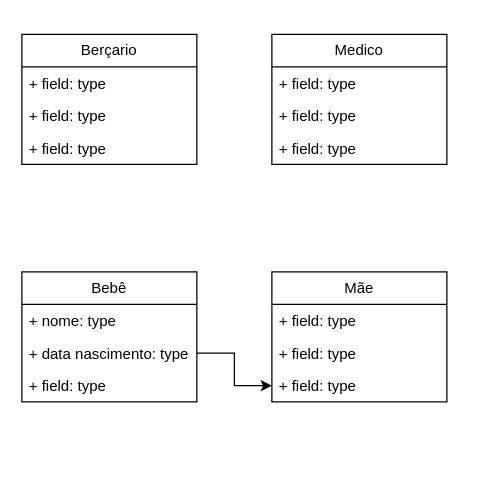
Earlier version of the draw.io diagram Diagrama sem nome.drawio (cleyvv/bercario). Source tidied: cells renumbered, new cells numbered last; positions are measured from the earlier drawing's top-left corner, leaving out a move shared by most shapes. Both pictures are drawn from the tidied source at 125%, with x=0, y=0 at pixel (21, 34).
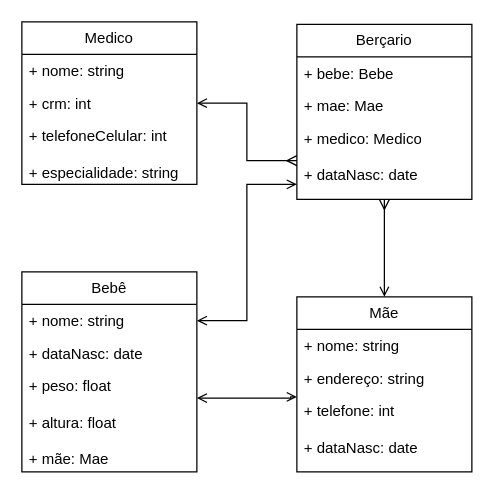
After the change.

The edit, as a diff of the source:
```diff
@@
     <mxCell id="2" value="Bebê" style="swimlane;fontStyle=0;horizontal=1;startSize=26;fillColor=none;whiteSpace=wrap;html=1;" parent="1" vertex="1">
-      <mxGeometry y="190" width="140" height="104" as="geometry" />
+      <mxGeometry y="190" width="140" height="160" as="geometry" />
     </mxCell>
-    <mxCell id="3" value="+ nome: type" style="text;strokeColor=none;fillColor=none;align=left;verticalAlign=top;spacingLeft=4;spacingRight=4;overflow=hidden;points=[[0,0.5],[1,0.5]];portConstraint=eastwest;whiteSpace=wrap;html=1;" parent="2" vertex="1">
+    <mxCell id="3" value="+ nome: string" style="text;strokeColor=none;fillColor=none;align=left;verticalAlign=top;spacingLeft=4;spacingRight=4;overflow=hidden;points=[[0,0.5],[1,0.5]];portConstraint=eastwest;whiteSpace=wrap;html=1;" parent="2" vertex="1">
       <mxGeometry y="26" width="140" height="26" as="geometry" />
     </mxCell>
-    <mxCell id="4" value="+ data nascimento: type" style="text;strokeColor=none;fillColor=none;align=left;verticalAlign=top;spacingLeft=4;spacingRight=4;overflow=hidden;points=[[0,0.5],[1,0.5]];portConstraint=eastwest;whiteSpace=wrap;html=1;" parent="2" vertex="1">
+    <mxCell id="4" value="+ dataNasc: date" style="text;strokeColor=none;fillColor=none;align=left;verticalAlign=top;spacingLeft=4;spacingRight=4;overflow=hidden;points=[[0,0.5],[1,0.5]];portConstraint=eastwest;whiteSpace=wrap;html=1;" parent="2" vertex="1">
       <mxGeometry y="52" width="140" height="26" as="geometry" />
     </mxCell>
-    <mxCell id="5" value="+ field: type" style="text;strokeColor=none;fillColor=none;align=left;verticalAlign=top;spacingLeft=4;spacingRight=4;overflow=hidden;points=[[0,0.5],[1,0.5]];portConstraint=eastwest;whiteSpace=wrap;html=1;" parent="2" vertex="1">
-      <mxGeometry y="78" width="140" height="26" as="geometry" />
+    <mxCell id="5" value="+ peso: float&lt;br&gt;&lt;br&gt;+ altura: float&lt;br&gt;&lt;br&gt;+ mãe: Mae" style="text;strokeColor=none;fillColor=none;align=left;verticalAlign=top;spacingLeft=4;spacingRight=4;overflow=hidden;points=[[0,0.5],[1,0.5]];portConstraint=eastwest;whiteSpace=wrap;html=1;" parent="2" vertex="1">
+      <mxGeometry y="78" width="140" height="82" as="geometry" />
     </mxCell>
     <mxCell id="6" value="Medico" style="swimlane;fontStyle=0;horizontal=1;startSize=26;fillColor=none;whiteSpace=wrap;html=1;" parent="1" vertex="1">
-      <mxGeometry x="200" width="140" height="104" as="geometry" />
+      <mxGeometry y="-10" width="140" height="130" as="geometry" />
     </mxCell>
-    <mxCell id="7" value="+ field: type" style="text;strokeColor=none;fillColor=none;align=left;verticalAlign=top;spacingLeft=4;spacingRight=4;overflow=hidden;whiteSpace=wrap;html=1;" parent="6" vertex="1">
+    <mxCell id="7" value="+ nome: string" style="text;strokeColor=none;fillColor=none;align=left;verticalAlign=top;spacingLeft=4;spacingRight=4;overflow=hidden;whiteSpace=wrap;html=1;" parent="6" vertex="1">
       <mxGeometry y="26" width="140" height="26" as="geometry" />
     </mxCell>
-    <mxCell id="8" value="+ field: type" style="text;strokeColor=none;fillColor=none;align=left;verticalAlign=top;spacingLeft=4;spacingRight=4;overflow=hidden;points=[[0,0.5],[1,0.5]];portConstraint=eastwest;whiteSpace=wrap;html=1;" parent="6" vertex="1">
+    <mxCell id="8" value="+ crm: int" style="text;strokeColor=none;fillColor=none;align=left;verticalAlign=top;spacingLeft=4;spacingRight=4;overflow=hidden;points=[[0,0.5],[1,0.5]];portConstraint=eastwest;whiteSpace=wrap;html=1;" parent="6" vertex="1">
       <mxGeometry y="52" width="140" height="26" as="geometry" />
     </mxCell>
-    <mxCell id="9" value="+ field: type" style="text;strokeColor=none;fillColor=none;align=left;verticalAlign=top;spacingLeft=4;spacingRight=4;overflow=hidden;whiteSpace=wrap;html=1;" parent="6" vertex="1">
-      <mxGeometry y="78" width="140" height="26" as="geometry" />
+    <mxCell id="9" value="+ telefoneCelular: int&lt;br&gt;&lt;br&gt;+ especialidade: string" style="text;strokeColor=none;fillColor=none;align=left;verticalAlign=top;spacingLeft=4;spacingRight=4;overflow=hidden;whiteSpace=wrap;html=1;" parent="6" vertex="1">
+      <mxGeometry y="78" width="140" height="52" as="geometry" />
     </mxCell>
-    <mxCell id="10" value="Berçario" style="swimlane;fontStyle=0;horizontal=1;startSize=26;fillColor=none;whiteSpace=wrap;html=1;" parent="1" vertex="1">
-      <mxGeometry width="140" height="104" as="geometry" />
-    </mxCell>
-    <mxCell id="11" value="+ field: type" style="text;strokeColor=none;fillColor=none;align=left;verticalAlign=top;spacingLeft=4;spacingRight=4;overflow=hidden;whiteSpace=wrap;html=1;" parent="10" vertex="1">
-      <mxGeometry y="26" width="140" height="26" as="geometry" />
-    </mxCell>
-    <mxCell id="12" value="+ field: type" style="text;strokeColor=none;fillColor=none;align=left;verticalAlign=top;spacingLeft=4;spacingRight=4;overflow=hidden;whiteSpace=wrap;html=1;" parent="10" vertex="1">
-      <mxGeometry y="52" width="140" height="26" as="geometry" />
-    </mxCell>
-    <mxCell id="13" value="+ field: type" style="text;strokeColor=none;fillColor=none;align=left;verticalAlign=top;spacingLeft=4;spacingRight=4;overflow=hidden;whiteSpace=wrap;html=1;" parent="10" vertex="1">
-      <mxGeometry y="78" width="140" height="26" as="geometry" />
-    </mxCell>
     <mxCell id="14" value="Mãe" style="swimlane;fontStyle=0;horizontal=1;startSize=26;fillColor=none;whiteSpace=wrap;html=1;" parent="1" vertex="1">
-      <mxGeometry x="200" y="190" width="140" height="104" as="geometry" />
+      <mxGeometry x="220" y="210" width="140" height="140" as="geometry" />
     </mxCell>
-    <mxCell id="15" value="+ field: type" style="text;strokeColor=none;fillColor=none;align=left;verticalAlign=top;spacingLeft=4;spacingRight=4;overflow=hidden;whiteSpace=wrap;html=1;" parent="14" vertex="1">
+    <mxCell id="15" value="+ nome: string" style="text;strokeColor=none;fillColor=none;align=left;verticalAlign=top;spacingLeft=4;spacingRight=4;overflow=hidden;whiteSpace=wrap;html=1;" parent="14" vertex="1">
       <mxGeometry y="26" width="140" height="26" as="geometry" />
     </mxCell>
-    <mxCell id="16" value="+ field: type" style="text;strokeColor=none;fillColor=none;align=left;verticalAlign=top;spacingLeft=4;spacingRight=4;overflow=hidden;whiteSpace=wrap;html=1;" parent="14" vertex="1">
+    <mxCell id="16" value="+ endereço: string" style="text;strokeColor=none;fillColor=none;align=left;verticalAlign=top;spacingLeft=4;spacingRight=4;overflow=hidden;whiteSpace=wrap;html=1;" parent="14" vertex="1">
       <mxGeometry y="52" width="140" height="26" as="geometry" />
     </mxCell>
-    <mxCell id="17" value="+ field: type" style="text;strokeColor=none;fillColor=none;align=left;verticalAlign=top;spacingLeft=4;spacingRight=4;overflow=hidden;points=[[0,0.5],[1,0.5]];portConstraint=eastwest;whiteSpace=wrap;html=1;" parent="14" vertex="1">
-      <mxGeometry y="78" width="140" height="26" as="geometry" />
+    <mxCell id="17" value="+ telefone: int&lt;br&gt;&lt;br&gt;+ dataNasc: date" style="text;strokeColor=none;fillColor=none;align=left;verticalAlign=top;spacingLeft=4;spacingRight=4;overflow=hidden;points=[[0,0.5],[1,0.5]];portConstraint=eastwest;whiteSpace=wrap;html=1;" parent="14" vertex="1">
+      <mxGeometry y="78" width="140" height="62" as="geometry" />
     </mxCell>
-    <mxCell id="18" style="edgeStyle=orthogonalEdgeStyle;rounded=0;jettySize=auto;html=1;" parent="1" edge="1" source="4" target="17">
-      <mxGeometry relative="1" as="geometry" />
+    <mxCell id="18" style="edgeStyle=orthogonalEdgeStyle;rounded=0;jettySize=auto;html=1;endArrow=open;endFill=0;startArrow=open;startFill=0;exitX=1;exitY=0.28;exitDx=0;exitDy=0;exitPerimeter=0;" parent="1" edge="1" source="5" target="17">
+      <mxGeometry relative="1" as="geometry">
+        <Array as="points">
+          <mxPoint x="215" y="291" />
+          <mxPoint x="215" y="290" />
+        </Array>
+      </mxGeometry>
     </mxCell>
+    <mxCell id="19" style="edgeStyle=orthogonalEdgeStyle;rounded=0;jettySize=auto;html=1;endArrow=open;endFill=0;entryX=0.5;entryY=0;entryDx=0;entryDy=0;startArrow=ERmany;startFill=0;" parent="1" edge="1" source="10" target="14">
+      <mxGeometry relative="1" as="geometry" />
+    </mxCell>
+    <mxCell id="10" value="Berçario" style="swimlane;fontStyle=0;horizontal=1;startSize=26;fillColor=none;whiteSpace=wrap;html=1;" parent="1" vertex="1">
+      <mxGeometry x="220" y="-8" width="140" height="140" as="geometry" />
+    </mxCell>
+    <mxCell id="20" value="+ bebe: Bebe" style="text;strokeColor=none;fillColor=none;align=left;verticalAlign=top;spacingLeft=4;spacingRight=4;overflow=hidden;whiteSpace=wrap;html=1;" parent="10" vertex="1">
+      <mxGeometry y="26" width="140" height="26" as="geometry" />
+    </mxCell>
+    <mxCell id="21" value="+ mae: Mae" style="text;strokeColor=none;fillColor=none;align=left;verticalAlign=top;spacingLeft=4;spacingRight=4;overflow=hidden;whiteSpace=wrap;html=1;" parent="10" vertex="1">
+      <mxGeometry y="52" width="140" height="26" as="geometry" />
+    </mxCell>
+    <mxCell id="22" value="+ medico: Medico&lt;br&gt;&lt;br&gt;+ dataNasc: date" style="text;strokeColor=none;fillColor=none;align=left;verticalAlign=top;spacingLeft=4;spacingRight=4;overflow=hidden;points=[[0,0.5],[1,0.5]];portConstraint=eastwest;whiteSpace=wrap;html=1;" parent="10" vertex="1">
+      <mxGeometry y="78" width="140" height="62" as="geometry" />
+    </mxCell>
+    <mxCell id="23" style="edgeStyle=orthogonalEdgeStyle;rounded=0;jettySize=auto;html=1;endArrow=ERmany;endFill=0;startArrow=open;startFill=0;" parent="1" edge="1" source="8" target="22">
+      <mxGeometry relative="1" as="geometry" />
+    </mxCell>
+    <mxCell id="24" style="edgeStyle=orthogonalEdgeStyle;rounded=0;jettySize=auto;html=1;exitX=1;exitY=0.5;exitDx=0;exitDy=0;entryX=0;entryY=0.806;entryDx=0;entryDy=0;entryPerimeter=0;startArrow=open;startFill=0;endArrow=open;endFill=0;" parent="1" edge="1" source="3" target="22">
+      <mxGeometry relative="1" as="geometry" />
+    </mxCell>
```
